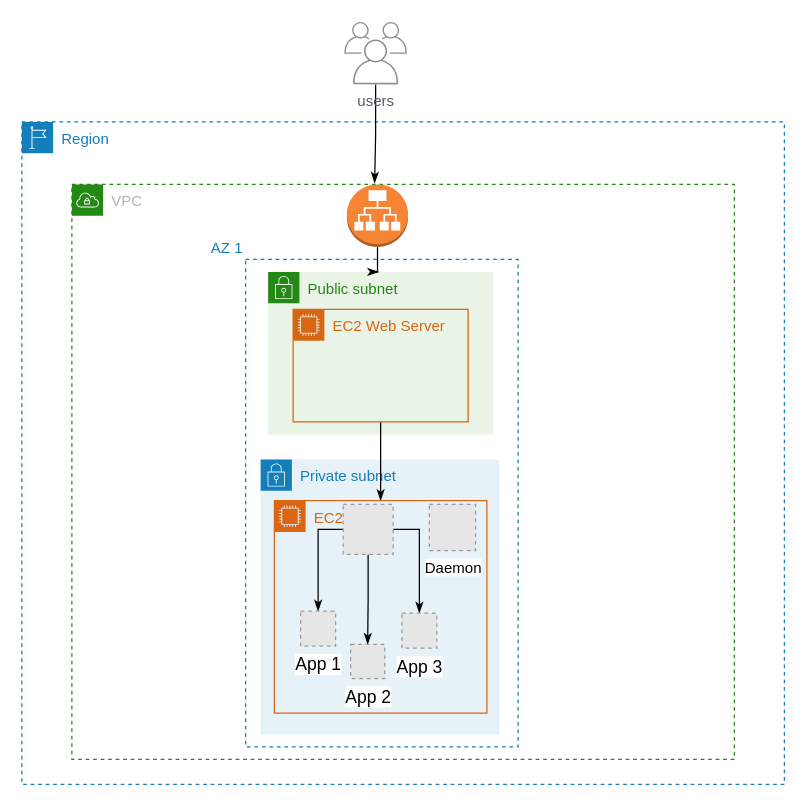
Before: page "L2 Infrastructure Design - Non Prod" (6 of 6) of Untitled Diagram.drawio in senthilsource/multi-docker, a draw.io diagram. Source tidied: cells renumbered, new cells numbered last; positions are measured from the earlier drawing's top-left corner, leaving out a move shared by most shapes. Both pictures are drawn from the tidied source at 125%, with x=0, y=0 at pixel (21, 21). Pictures stored in the file or linked from it are replaced by grey dashed boxes.
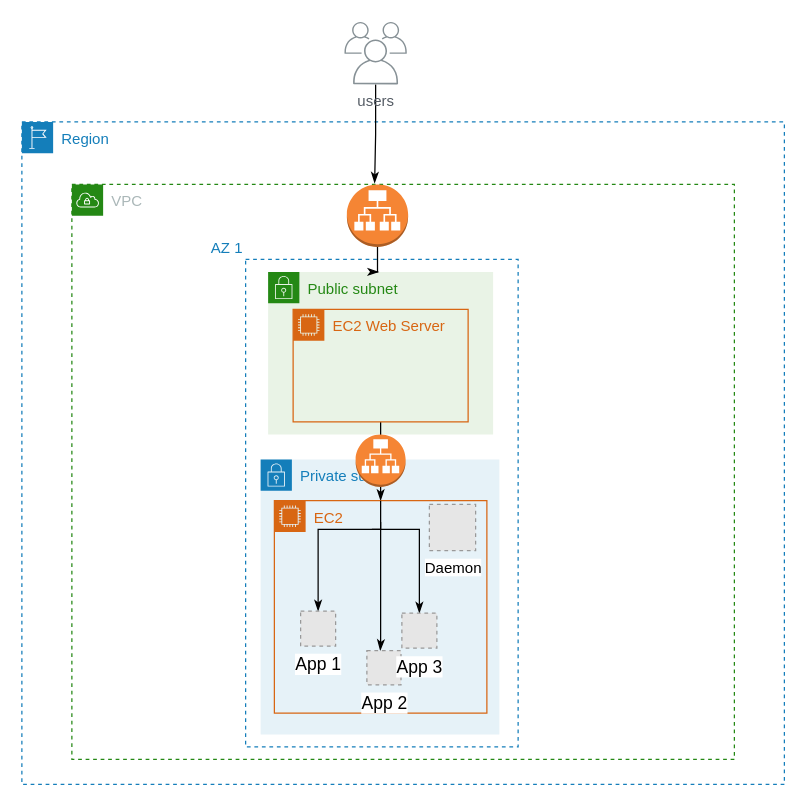
The same diagram, later.

The change refers to these unchanged cells:
```xml
<mxCell id="9" value="EC2&amp;nbsp;" style="points=[[0,0],[0.25,0],[0.5,0],[0.75,0],[1,0],[1,0.25],[1,0.5],[1,0.75],[1,1],[0.75,1],[0.5,1],[0.25,1],[0,1],[0,0.75],[0,0.5],[0,0.25]];outlineConnect=0;gradientColor=none;html=1;whiteSpace=wrap;fontSize=12;fontStyle=0;shape=mxgraph.aws4.group;grIcon=mxgraph.aws4.group_ec2_instance_contents;strokeColor=#D86613;fillColor=none;verticalAlign=top;align=left;spacingLeft=30;fontColor=#D86613;dashed=0;dashPattern=1 1;" parent="1" vertex="1">
  <mxGeometry x="202" y="383" width="170" height="170" as="geometry" />
</mxCell>
<mxCell id="17" style="group;" parent="1" vertex="1">
  <mxGeometry x="110" y="410" width="119" height="70" as="geometry" />
</mxCell>
<mxCell id="18" value="App 1" style="fillColor=#E6E6E6;strokeColor=#999999;dashed=1;html=1;verticalAlign=top;verticalLabelPosition=bottom;labelBackgroundColor=#ffffff;fontSize=14;" parent="17" vertex="1">
  <mxGeometry x="113" y="61.4" width="28" height="28" as="geometry" />
</mxCell>
<mxCell id="20" value="App 3" style="fillColor=#E6E6E6;strokeColor=#999999;dashed=1;html=1;verticalAlign=top;verticalLabelPosition=bottom;labelBackgroundColor=#ffffff;fontSize=14;" parent="1" vertex="1">
  <mxGeometry x="304" y="473" width="28" height="28" as="geometry" />
</mxCell>
```

Change to the diagram source:
```diff
@@
-    <mxCell id="13" style="edgeStyle=orthogonalEdgeStyle;rounded=0;jettySize=auto;html=1;entryX=0.5;entryY=0;entryDx=0;entryDy=0;endArrow=classicThin;endFill=1;strokeWidth=1;fontSize=14;" parent="1" edge="1" source="16" target="18">
+    <mxCell id="13" style="edgeStyle=orthogonalEdgeStyle;rounded=0;jettySize=auto;html=1;entryX=0.5;entryY=0;entryDx=0;entryDy=0;endArrow=classicThin;endFill=1;strokeWidth=1;fontSize=14;exitX=0.5;exitY=0;exitDx=0;exitDy=0;" parent="1" edge="1" source="9" target="18">
       <mxGeometry relative="1" as="geometry">
         <Array as="points">
+          <mxPoint x="287" y="406" />
           <mxPoint x="237" y="406" />
         </Array>
       </mxGeometry>
     </mxCell>
-    <mxCell id="14" style="edgeStyle=orthogonalEdgeStyle;rounded=0;jettySize=auto;html=1;entryX=0.5;entryY=0;entryDx=0;entryDy=0;endArrow=classicThin;endFill=1;strokeWidth=1;fontSize=14;" parent="1" edge="1" source="16" target="20">
+    <mxCell id="14" style="edgeStyle=orthogonalEdgeStyle;rounded=0;jettySize=auto;html=1;entryX=0.5;entryY=0;entryDx=0;entryDy=0;endArrow=classicThin;endFill=1;strokeWidth=1;fontSize=14;" parent="1" edge="1" target="20">
       <mxGeometry relative="1" as="geometry">
+        <mxPoint x="280" y="406" as="sourcePoint" />
         <Array as="points">
           <mxPoint x="318" y="406" />
         </Array>
       </mxGeometry>
     </mxCell>
-    <mxCell id="15" style="edgeStyle=orthogonalEdgeStyle;rounded=0;jettySize=auto;html=1;entryX=0.5;entryY=0;entryDx=0;entryDy=0;endArrow=classicThin;endFill=1;strokeWidth=1;fontSize=14;" parent="1" edge="1" source="16" target="19">
-      <mxGeometry relative="1" as="geometry" />
+    <mxCell id="15" style="edgeStyle=orthogonalEdgeStyle;rounded=0;orthogonalLoop=1;jettySize=auto;html=1;entryX=0.5;entryY=0;entryDx=0;entryDy=0;endArrow=classicThin;endFill=1;strokeWidth=1;fontSize=14;" parent="1" edge="1">
+      <mxGeometry relative="1" as="geometry">
+        <mxPoint x="287" y="400" as="sourcePoint" />
+        <mxPoint x="286.7" y="503" as="targetPoint" />
+        <Array as="points">
+          <mxPoint x="287" y="498" />
+        </Array>
+      </mxGeometry>
     </mxCell>
-    <mxCell id="16" style="fillColor=#E6E6E6;strokeColor=#999999;dashed=1;html=1;verticalAlign=top;verticalLabelPosition=bottom;labelBackgroundColor=#ffffff;fontSize=14;" parent="1" vertex="1">
-      <mxGeometry x="257" y="386" width="40" height="40" as="geometry" />
-    </mxCell>
@@
     <mxCell id="19" value="App 2" style="fillColor=#E6E6E6;strokeColor=#999999;dashed=1;html=1;verticalAlign=top;verticalLabelPosition=bottom;labelBackgroundColor=#ffffff;fontSize=14;" parent="17" vertex="1">
-      <mxGeometry x="153" y="88" width="27.3" height="27.3" as="geometry" />
+      <mxGeometry x="166" y="93" width="27.3" height="27.3" as="geometry" />
     </mxCell>
@@
+    <mxCell id="24" style="dashed=0;verticalLabelPosition=bottom;verticalAlign=top;align=center;html=1;shape=mxgraph.aws3.application_load_balancer;fillColor=#F58534;gradientColor=none;strokeWidth=2;fontSize=12;" parent="1" vertex="1">
+      <mxGeometry x="267" y="330" width="40" height="42" as="geometry" />
+    </mxCell>
```
